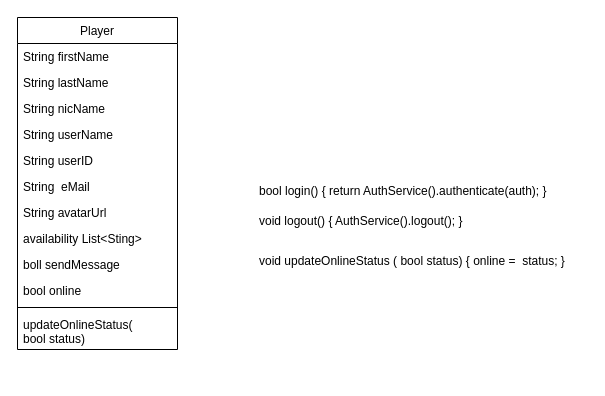
Earlier version of the draw.io diagram classen_diagramm.drawio (komvik/playwithme). Source tidied: cells renumbered, new cells numbered last; positions are measured from the earlier drawing's top-left corner, leaving out a move shared by most shapes. Both pictures are drawn from the tidied source at 100%, with x=0, y=0 at pixel (17, 17).
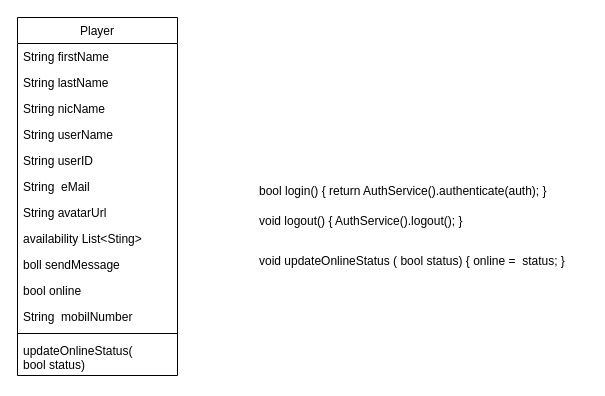
The same diagram, later.

The edit, as a diff of the source:
```diff
@@
 <mxGraphModel>
   <root>
     <mxCell id="0" />
     <mxCell id="1" parent="0" />
     <mxCell id="2" value="Player" style="swimlane;fontStyle=0;align=center;verticalAlign=top;horizontal=1;startSize=26;rounded=0;shadow=0;strokeWidth=1;" parent="1" vertex="1">
-      <mxGeometry width="160" height="332" as="geometry" />
+      <mxGeometry width="160" height="358" as="geometry" />
     </mxCell>
     <mxCell id="3" value="String firstName&#10;" style="text;align=left;verticalAlign=top;spacingLeft=4;spacingRight=4;overflow=hidden;" parent="2" vertex="1">
       <mxGeometry y="26" width="160" height="26" as="geometry" />
     </mxCell>
     <mxCell id="4" value="String lastName&#10;" style="text;align=left;verticalAlign=top;spacingLeft=4;spacingRight=4;overflow=hidden;rounded=0;shadow=0;html=0;" parent="2" vertex="1">
       <mxGeometry y="52" width="160" height="26" as="geometry" />
     </mxCell>
     <mxCell id="5" value="String nicName&#10;" style="text;align=left;verticalAlign=top;spacingLeft=4;spacingRight=4;overflow=hidden;rounded=0;shadow=0;html=0;" parent="2" vertex="1">
       <mxGeometry y="78" width="160" height="26" as="geometry" />
     </mxCell>
     <mxCell id="6" value="String userName&#10;&#10;" style="text;align=left;verticalAlign=top;spacingLeft=4;spacingRight=4;overflow=hidden;" parent="2" vertex="1">
       <mxGeometry y="104" width="160" height="26" as="geometry" />
     </mxCell>
     <mxCell id="7" value="String userID&#10;&#10;" style="text;align=left;verticalAlign=top;spacingLeft=4;spacingRight=4;overflow=hidden;" parent="2" vertex="1">
       <mxGeometry y="130" width="160" height="26" as="geometry" />
     </mxCell>
     <mxCell id="8" value="String  eMail&#10;&#10;" style="text;align=left;verticalAlign=top;spacingLeft=4;spacingRight=4;overflow=hidden;" parent="2" vertex="1">
       <mxGeometry y="156" width="160" height="26" as="geometry" />
     </mxCell>
     <mxCell id="9" value="String avatarUrl&#10;" style="text;align=left;verticalAlign=top;spacingLeft=4;spacingRight=4;overflow=hidden;rounded=0;shadow=0;html=0;" parent="2" vertex="1">
       <mxGeometry y="182" width="160" height="26" as="geometry" />
     </mxCell>
     <mxCell id="10" value="availability List&lt;Sting&gt;" style="text;align=left;verticalAlign=top;spacingLeft=4;spacingRight=4;overflow=hidden;rounded=0;shadow=0;html=0;" parent="2" vertex="1">
       <mxGeometry y="208" width="160" height="26" as="geometry" />
     </mxCell>
     <mxCell id="11" value="boll sendMessage" style="text;align=left;verticalAlign=top;spacingLeft=4;spacingRight=4;overflow=hidden;" parent="2" vertex="1">
       <mxGeometry y="234" width="160" height="26" as="geometry" />
     </mxCell>
     <mxCell id="12" value="bool online" style="text;align=left;verticalAlign=top;spacingLeft=4;spacingRight=4;overflow=hidden;" parent="2" vertex="1">
       <mxGeometry y="260" width="160" height="26" as="geometry" />
     </mxCell>
+    <mxCell id="18" value="String  mobilNumber&#10;&#10;&#10;" style="text;align=left;verticalAlign=top;spacingLeft=4;spacingRight=4;overflow=hidden;" parent="2" vertex="1">
+      <mxGeometry y="286" width="160" height="26" as="geometry" />
+    </mxCell>
     <mxCell id="13" style="line;html=1;strokeWidth=1;align=left;verticalAlign=middle;spacingTop=-1;spacingLeft=3;spacingRight=3;labelPosition=right;" parent="2" vertex="1">
-      <mxGeometry y="286" width="160" height="8" as="geometry" />
+      <mxGeometry y="312" width="160" height="8" as="geometry" />
     </mxCell>
     <mxCell id="14" value="updateOnlineStatus(&#10;bool status)" style="text;align=left;verticalAlign=top;spacingLeft=4;spacingRight=4;overflow=hidden;" parent="2" vertex="1">
-      <mxGeometry y="294" width="160" height="38" as="geometry" />
+      <mxGeometry y="320" width="160" height="38" as="geometry" />
     </mxCell>
     <mxCell id="15" value="bool login()&amp;nbsp;&lt;span style=&quot;background-color: initial;&quot;&gt;{ return AuthService().authenticate(auth); }&lt;/span&gt;" style="text;whiteSpace=wrap;html=1;" parent="1" vertex="1">
       <mxGeometry x="240" y="160" width="330" height="50" as="geometry" />
     </mxCell>
     <mxCell id="16" value="void logout()&amp;nbsp;&lt;span style=&quot;background-color: initial;&quot;&gt;{ AuthService().logout(); }&amp;nbsp;&lt;/span&gt;" style="text;whiteSpace=wrap;html=1;" parent="1" vertex="1">
       <mxGeometry x="240" y="190" width="250" height="30" as="geometry" />
     </mxCell>
     <mxCell id="17" value="void updateOnlineStatus ( bool status)&lt;span style=&quot;background-color: initial;&quot;&gt;&amp;nbsp;{ online =&amp;nbsp; status; }&lt;/span&gt;" style="text;whiteSpace=wrap;html=1;" parent="1" vertex="1">
       <mxGeometry x="240" y="230" width="330" height="40" as="geometry" />
     </mxCell>
   </root>
 </mxGraphModel>
```
